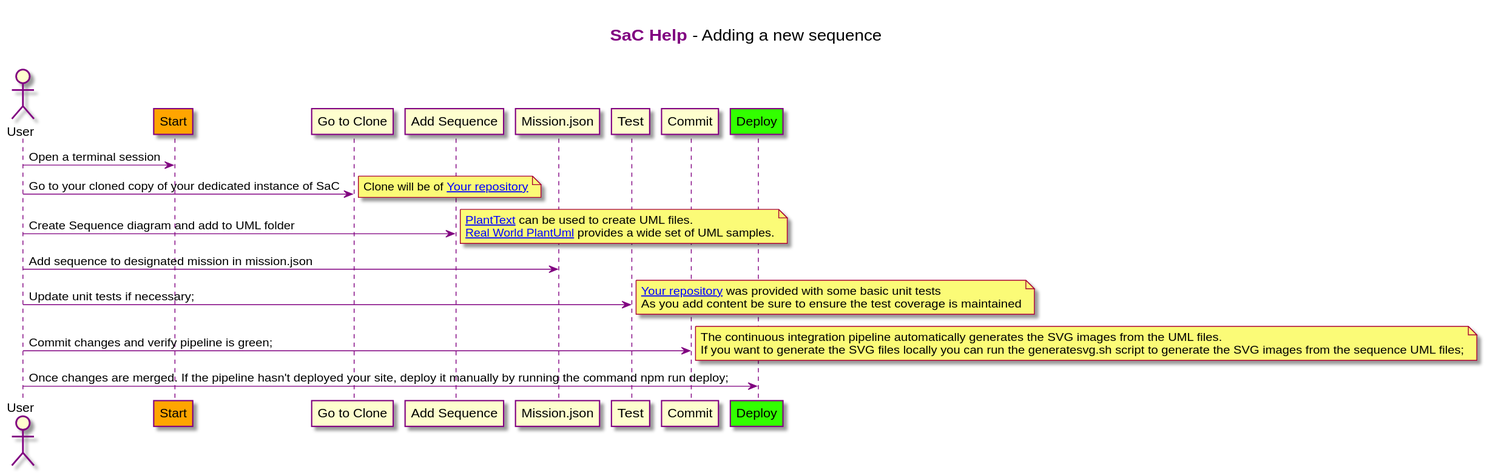
dxc-technology/Sequences-as-Code keeps this PlantUML diagram as images/sachelp.sequence.svg. Above is the earlier version.
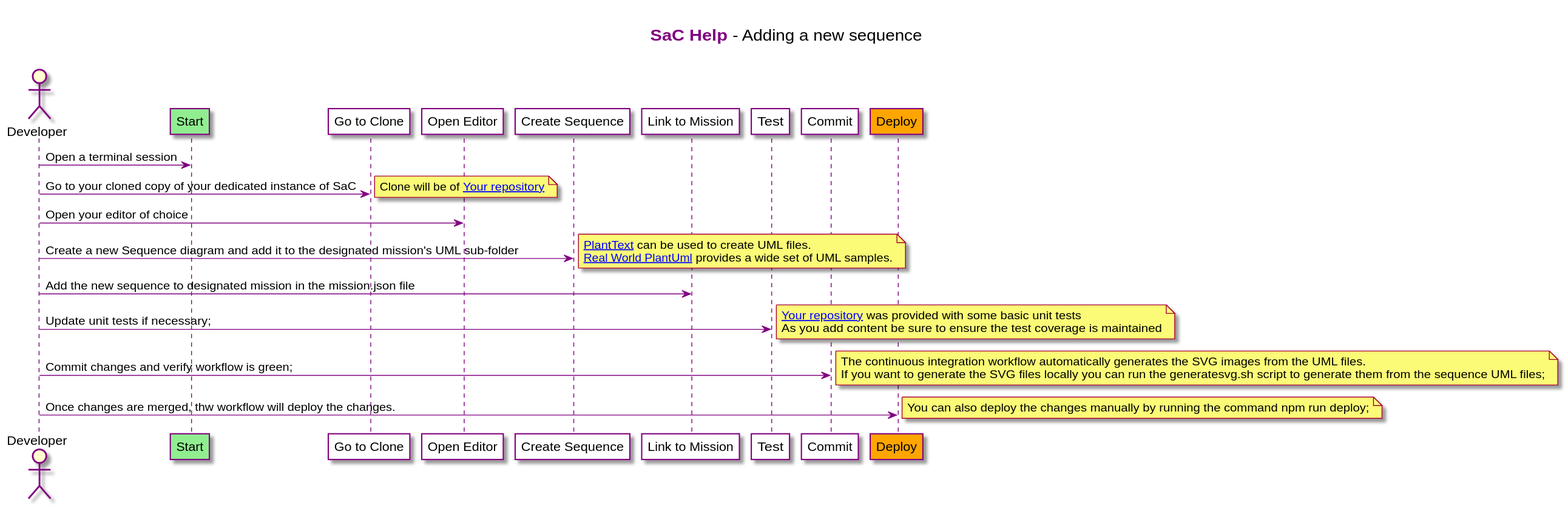
After the commit.

What changed in the source:
```diff
@@ -10,36 +10,40 @@
 skinparam sequenceParticipantBorderColor Purple
 skinparam sequenceActorBorderColor Purple
 skinparam sequenceLifeLineBorderColor Purple
-actor User
-participant "Start" as A #FFA500
-participant "Go to Clone" as B
-participant "Add Sequence" as C
-participant "Mission.json" as D
-participant "Test" as E
-participant "Commit" as F
-participant "Deploy" as G #33ff00
+actor Developer
+participant "Start" as A #lightGreen
+participant "Go to Clone" as B #white
+participant "Open Editor" as C #white
+participant "Create Sequence" as D #white
+participant "Link to Mission" as E #white
+participant "Test" as F #white
+participant "Commit" as G #white
+participant "Deploy" as H #orange
 
-User -> A: Open a terminal session
-User -> B: Go to your cloned copy of your dedicated instance of SaC
+Developer -> A: Open a terminal session
+Developer -> B: Go to your cloned copy of your dedicated instance of SaC
 note right
    Clone will be of [[https://github.com/your_organization/your_repository{Right click to open in a new window or a new tab} Your repository]]
 end note
-User -> C: Create Sequence diagram and add to UML folder
+Developer -> C: Open your editor of choice
+Developer -> D: Create a new Sequence diagram and add it to the designated mission's UML sub-folder
 note right
   [[https://www.planttext.com/{Right click to open PlantUml in a new window or a new tab} PlantText]] can be used to create UML files.
   [[https://real-world-plantuml.com{Right click to open Real World PlantUml in a new window or a new tab} Real World PlantUml]] provides a wide set of UML samples.
 end note
-User -> D: Add sequence to designated mission in mission.json
-User -> E: Update unit tests if necessary;
+Developer -> E: Add the new sequence to designated mission in the mission.json file
+Developer -> F: Update unit tests if necessary;
 note right
   [[https://github.com/your_organization/your_repository{Right click to open in a new window or a new tab} Your repository]] was provided with some basic unit tests
   As you add content be sure to ensure the test coverage is maintained
 end note
-User -> F: Commit changes and verify pipeline is green;
+Developer -> G: Commit changes and verify workflow is green;
 note right
-  The continuous integration pipeline automatically generates the SVG images from the UML files.
-  If you want to generate the SVG files locally you can run the generatesvg.sh script to generate the SVG images from the sequence UML files;
+  The continuous integration workflow automatically generates the SVG images from the UML files.
+  If you want to generate the SVG files locally you can run the generatesvg.sh script to generate them from the sequence UML files;
 end note
-User -> G: Once changes are merged. If the pipeline hasn't deployed your site, deploy it manually by running the command npm run deploy;
-
+Developer -> H: Once changes are merged, thw workflow will deploy the changes.
+note right
+  You can also deploy the changes manually by running the command npm run deploy;
+end note
 @enduml
```
